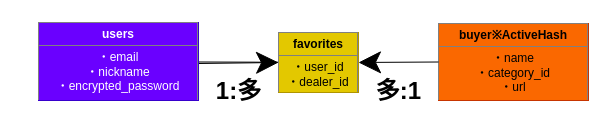
Earlier version of the draw.io diagram page "ページ1" (1 of 2) of quickbuyer.dio (unagianago/quickbuyer). Source tidied: cells renumbered, new cells numbered last; positions are measured from the earlier drawing's top-left corner, leaving out a move shared by most shapes. Both pictures are drawn from the tidied source at 100%, with x=0, y=0 at pixel (38, 22).
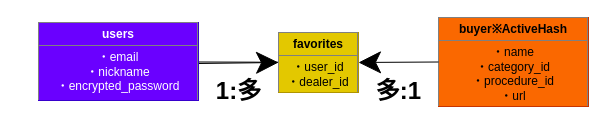
Above is the later version.

What changed in the source:
```diff
@@
 <mxGraphModel>
   <root>
     <mxCell id="0" />
     <mxCell id="1" parent="0" />
     <mxCell id="2" style="edgeStyle=none;html=1;exitX=1;exitY=0.5;exitDx=0;exitDy=0;entryX=0;entryY=0.5;entryDx=0;entryDy=0;endSize=20;" parent="1" edge="1" target="5">
       <mxGeometry relative="1" as="geometry">
         <mxPoint x="160" y="41" as="sourcePoint" />
       </mxGeometry>
     </mxCell>
-    <mxCell id="3" value="&lt;table border=&quot;1&quot; width=&quot;100%&quot; height=&quot;100%&quot; cellpadding=&quot;4&quot; style=&quot;width:100%;height:100%;border-collapse:collapse;&quot;&gt;&lt;tbody&gt;&lt;tr&gt;&lt;th align=&quot;center&quot;&gt;buyer※ActiveHash&lt;/th&gt;&lt;/tr&gt;&lt;tr&gt;&lt;td align=&quot;center&quot;&gt;・name&lt;br&gt;・category_id&lt;br&gt;・url&lt;br&gt;&lt;br&gt;&lt;br&gt;&lt;br&gt;&lt;br&gt;&lt;br&gt;&lt;/td&gt;&lt;/tr&gt;&lt;tr&gt;&lt;td align=&quot;center&quot;&gt;&lt;br&gt;&lt;/td&gt;&lt;/tr&gt;&lt;/tbody&gt;&lt;/table&gt;" style="text;html=1;whiteSpace=wrap;strokeColor=#C73500;fillColor=#fa6800;overflow=fill;fontColor=#000000;" parent="1" vertex="1">
-      <mxGeometry x="400" y="1" width="150" height="77" as="geometry" />
+    <mxCell id="3" value="&lt;table border=&quot;1&quot; width=&quot;100%&quot; height=&quot;100%&quot; cellpadding=&quot;4&quot; style=&quot;width:100%;height:100%;border-collapse:collapse;&quot;&gt;&lt;tbody&gt;&lt;tr&gt;&lt;th align=&quot;center&quot;&gt;buyer※ActiveHash&lt;/th&gt;&lt;/tr&gt;&lt;tr&gt;&lt;td align=&quot;center&quot;&gt;・name&lt;br&gt;・category_id&lt;br&gt;・procedure_id&lt;br&gt;・url&lt;br&gt;&lt;br&gt;&lt;br&gt;&lt;br&gt;&lt;br&gt;&lt;br&gt;&lt;/td&gt;&lt;/tr&gt;&lt;tr&gt;&lt;td align=&quot;center&quot;&gt;&lt;br&gt;&lt;/td&gt;&lt;/tr&gt;&lt;/tbody&gt;&lt;/table&gt;" style="text;html=1;whiteSpace=wrap;strokeColor=#C73500;fillColor=#fa6800;overflow=fill;fontColor=#000000;" parent="1" vertex="1">
+      <mxGeometry x="400" y="-5" width="150" height="89" as="geometry" />
     </mxCell>
     <mxCell id="4" style="edgeStyle=none;html=1;endSize=20;entryX=1;entryY=0.5;entryDx=0;entryDy=0;exitX=0;exitY=0.5;exitDx=0;exitDy=0;startArrow=none;" parent="1" edge="1" source="8" target="5">
       <mxGeometry relative="1" as="geometry" />
     </mxCell>
     <mxCell id="5" value="&lt;table border=&quot;1&quot; width=&quot;100%&quot; height=&quot;100%&quot; cellpadding=&quot;4&quot; style=&quot;width:100%;height:100%;border-collapse:collapse;&quot;&gt;&lt;tbody&gt;&lt;tr&gt;&lt;th align=&quot;center&quot;&gt;favorites&lt;/th&gt;&lt;/tr&gt;&lt;tr&gt;&lt;td align=&quot;center&quot;&gt;・user_id&lt;br&gt;・dealer_id&lt;br&gt;&lt;br&gt;&lt;br&gt;&lt;br&gt;&lt;br&gt;&lt;br&gt;&lt;br&gt;&lt;br&gt;&lt;/td&gt;&lt;/tr&gt;&lt;tr&gt;&lt;td align=&quot;center&quot;&gt;&lt;br&gt;&lt;/td&gt;&lt;/tr&gt;&lt;/tbody&gt;&lt;/table&gt;" style="text;html=1;whiteSpace=wrap;strokeColor=#B09500;fillColor=#e3c800;overflow=fill;fontColor=#000000;" parent="1" vertex="1">
       <mxGeometry x="240" y="10" width="80" height="60" as="geometry" />
     </mxCell>
     <mxCell id="6" value="多:1" style="text;strokeColor=none;fillColor=none;html=1;fontSize=24;fontStyle=1;verticalAlign=middle;align=center;direction=south;flipV=1;flipH=1;horizontal=0;rotation=90;" parent="1" vertex="1">
       <mxGeometry x="340" y="21" width="40" height="96" as="geometry" />
     </mxCell>
     <mxCell id="7" value="1:多" style="text;strokeColor=none;fillColor=none;html=1;fontSize=24;fontStyle=1;verticalAlign=middle;align=center;direction=south;flipV=1;flipH=1;horizontal=0;rotation=90;" parent="1" vertex="1">
       <mxGeometry x="180" y="21" width="40" height="96" as="geometry" />
     </mxCell>
     <mxCell id="8" value="&lt;table border=&quot;1&quot; width=&quot;100%&quot; height=&quot;100%&quot; cellpadding=&quot;4&quot; style=&quot;width:100%;height:100%;border-collapse:collapse;&quot;&gt;&lt;tbody&gt;&lt;tr&gt;&lt;th align=&quot;center&quot;&gt;users&lt;/th&gt;&lt;/tr&gt;&lt;tr&gt;&lt;td align=&quot;center&quot;&gt;・email &lt;br&gt;・nickname&lt;br&gt;・encrypted_password&lt;br&gt;&lt;br&gt;&lt;br&gt;&lt;/td&gt;&lt;/tr&gt;&lt;tr&gt;&lt;td align=&quot;center&quot;&gt;&lt;br&gt;&lt;/td&gt;&lt;/tr&gt;&lt;/tbody&gt;&lt;/table&gt;" style="text;html=1;whiteSpace=wrap;overflow=fill;rounded=0;fillColor=#6a00ff;fontColor=#ffffff;strokeColor=#3700CC;" parent="1" vertex="1">
       <mxGeometry width="160" height="78" as="geometry" />
     </mxCell>
     <mxCell id="9" style="edgeStyle=none;html=1;exitX=0;exitY=0.5;exitDx=0;exitDy=0;entryX=1;entryY=0.5;entryDx=0;entryDy=0;endSize=20;" parent="1" edge="1" source="3" target="5">
       <mxGeometry relative="1" as="geometry" />
     </mxCell>
   </root>
 </mxGraphModel>
```
